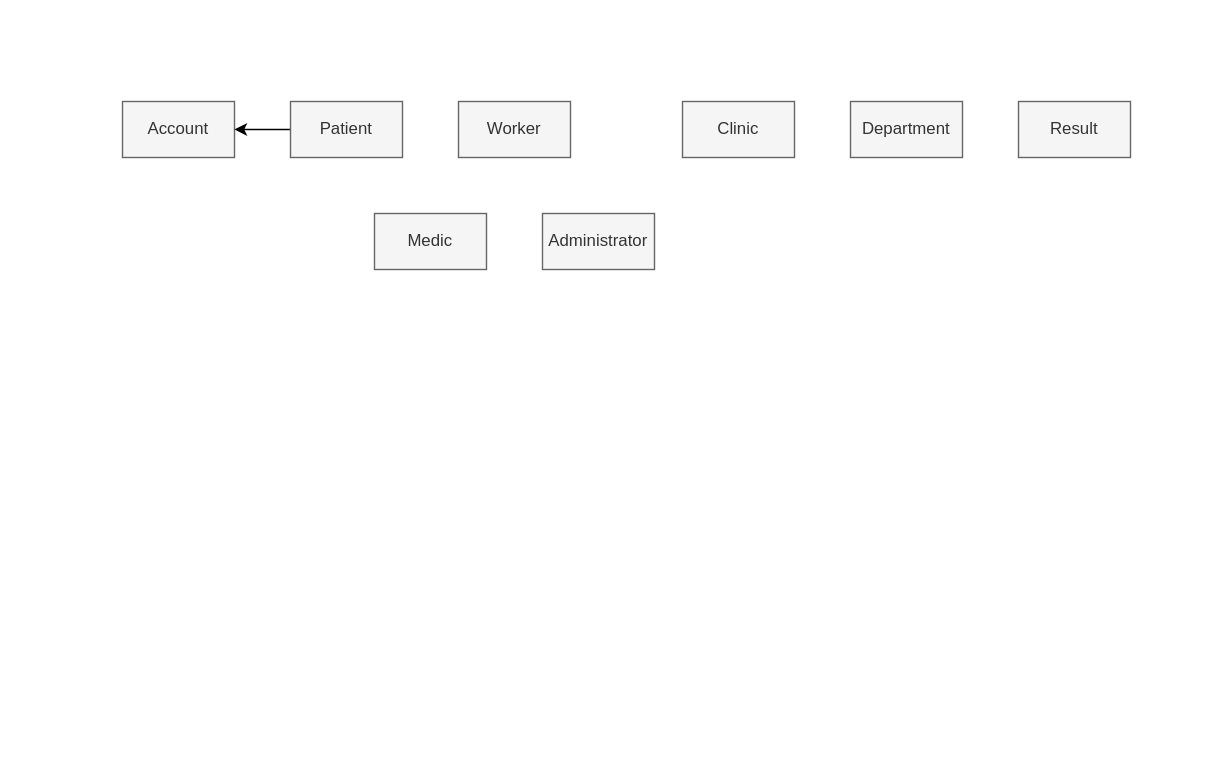
Above: Untitled Diagram.drawio in UniFI-Students/DBIS (draw.io), before the change. Source tidied: cells renumbered, new cells numbered last; positions are measured from the earlier drawing's top-left corner, leaving out a move shared by most shapes. Both pictures are drawn from the tidied source at 140%, with x=0, y=0 at pixel (122, 101).
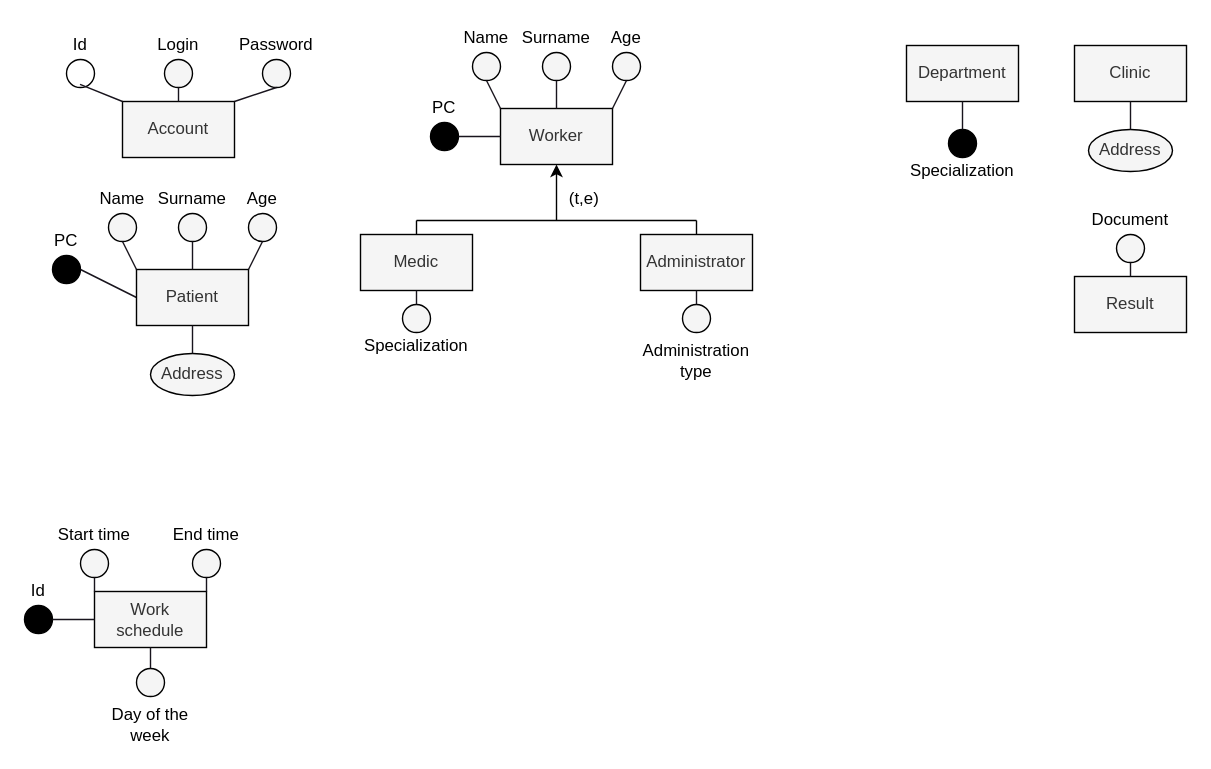
After the change.

Change to the diagram source:
```diff
@@
-<mxGraphModel background="#ffffff">
+<mxGraphModel background="#FFFFFF">
@@
+    <mxCell id="8" value="Clinic" style="whiteSpace=wrap;html=1;align=center;fillColor=#f5f5f5;fontColor=#333333;strokeColor=#000000;" parent="1" vertex="1">
+      <mxGeometry x="680" y="-40" width="80" height="40" as="geometry" />
+    </mxCell>
+    <mxCell id="9" value="Department" style="whiteSpace=wrap;html=1;align=center;fillColor=#f5f5f5;fontColor=#333333;strokeColor=#000000;" parent="1" vertex="1">
+      <mxGeometry x="560" y="-40" width="80" height="40" as="geometry" />
+    </mxCell>
+    <mxCell id="10" value="Result" style="whiteSpace=wrap;html=1;align=center;fillColor=#f5f5f5;fontColor=#333333;strokeColor=#000000;" parent="1" vertex="1">
+      <mxGeometry x="680" y="125" width="80" height="40" as="geometry" />
+    </mxCell>
+    <mxCell id="11" style="group;" parent="1" vertex="1">
+      <mxGeometry x="-40" y="-50" width="160" height="90" as="geometry" />
+    </mxCell>
-    <mxCell id="2" value="Account" style="whiteSpace=wrap;html=1;align=center;fillColor=#f5f5f5;fontColor=#333333;strokeColor=#666666;" parent="1" vertex="1">
-      <mxGeometry width="80" height="40" as="geometry" />
+    <mxCell id="2" value="Account" style="whiteSpace=wrap;html=1;align=center;fillColor=#f5f5f5;fontColor=#333333;strokeColor=#000000;" parent="11" vertex="1">
+      <mxGeometry x="40" y="50" width="80" height="40" as="geometry" />
     </mxCell>
-    <mxCell id="3" style="edgeStyle=orthogonalEdgeStyle;rounded=0;jettySize=auto;html=1;" parent="1" edge="1" source="4" target="2">
-      <mxGeometry relative="1" as="geometry" />
-    </mxCell>
-    <mxCell id="4" value="Patient" style="whiteSpace=wrap;html=1;align=center;fillColor=#f5f5f5;fontColor=#333333;strokeColor=#666666;" parent="1" vertex="1">
-      <mxGeometry x="120" width="80" height="40" as="geometry" />
-    </mxCell>
+    <mxCell id="12" style="ellipse;whiteSpace=wrap;html=1;" parent="11" vertex="1">
+      <mxGeometry y="20" width="20" height="20" as="geometry" />
+    </mxCell>
+    <mxCell id="13" style="ellipse;whiteSpace=wrap;html=1;fillColor=#f5f5f5;fontColor=#333333;strokeColor=#000000;" parent="11" vertex="1">
+      <mxGeometry x="70" y="20" width="20" height="20" as="geometry" />
+    </mxCell>
+    <mxCell id="14" style="ellipse;whiteSpace=wrap;html=1;fillColor=#f5f5f5;fontColor=#333333;strokeColor=#000000;" parent="11" vertex="1">
+      <mxGeometry x="140" y="20" width="20" height="20" as="geometry" />
+    </mxCell>
+    <mxCell id="15" style="endArrow=none;html=1;rounded=0;entryX=0.483;entryY=0.889;entryDx=0;entryDy=0;strokeColor=#18141d;exitX=0;exitY=0;exitDx=0;exitDy=0;entryPerimeter=0;" parent="11" edge="1" source="2" target="12">
+      <mxGeometry relative="1" as="geometry" />
+    </mxCell>
+    <mxCell id="16" style="endArrow=none;html=1;rounded=0;entryX=0.5;entryY=1;entryDx=0;entryDy=0;exitX=0.5;exitY=0;exitDx=0;exitDy=0;strokeColor=#18141d;" parent="11" edge="1" source="2" target="13">
+      <mxGeometry relative="1" as="geometry" />
+    </mxCell>
+    <mxCell id="17" style="endArrow=none;html=1;rounded=0;entryX=0.5;entryY=1;entryDx=0;entryDy=0;exitX=1;exitY=0;exitDx=0;exitDy=0;strokeColor=#18141d;" parent="11" edge="1" source="2" target="14">
+      <mxGeometry relative="1" as="geometry" />
+    </mxCell>
+    <mxCell id="18" value="Id" style="text;html=1;align=center;verticalAlign=middle;whiteSpace=wrap;rounded=0;fontColor=#000000;" parent="11" vertex="1">
+      <mxGeometry width="20" height="20" as="geometry" />
+    </mxCell>
+    <mxCell id="19" value="Login" style="text;html=1;align=center;verticalAlign=middle;whiteSpace=wrap;rounded=0;fontColor=#000000;" parent="11" vertex="1">
+      <mxGeometry x="70" width="20" height="20" as="geometry" />
+    </mxCell>
+    <mxCell id="20" value="Password" style="text;html=1;align=center;verticalAlign=middle;whiteSpace=wrap;rounded=0;fontColor=#000000;" parent="11" vertex="1">
+      <mxGeometry x="140" width="20" height="20" as="geometry" />
+    </mxCell>
-    <mxCell id="5" value="Worker" style="whiteSpace=wrap;html=1;align=center;fillColor=#f5f5f5;fontColor=#333333;strokeColor=#666666;" parent="1" vertex="1">
-      <mxGeometry x="240" width="80" height="40" as="geometry" />
+    <mxCell id="5" value="Worker" style="whiteSpace=wrap;html=1;align=center;fillColor=#f5f5f5;fontColor=#333333;strokeColor=#000000;" parent="1" vertex="1">
+      <mxGeometry x="270" y="5" width="80" height="40" as="geometry" />
     </mxCell>
-    <mxCell id="6" value="Medic" style="whiteSpace=wrap;html=1;align=center;fillColor=#f5f5f5;fontColor=#333333;strokeColor=#666666;" parent="1" vertex="1">
-      <mxGeometry x="180" y="80" width="80" height="40" as="geometry" />
+    <mxCell id="6" value="Medic" style="whiteSpace=wrap;html=1;align=center;fillColor=#f5f5f5;fontColor=#333333;strokeColor=#000000;" parent="1" vertex="1">
+      <mxGeometry x="170" y="95" width="80" height="40" as="geometry" />
     </mxCell>
-    <mxCell id="7" value="Administrator" style="whiteSpace=wrap;html=1;align=center;fillColor=#f5f5f5;fontColor=#333333;strokeColor=#666666;" parent="1" vertex="1">
-      <mxGeometry x="300" y="80" width="80" height="40" as="geometry" />
+    <mxCell id="7" value="Administrator" style="whiteSpace=wrap;html=1;align=center;fillColor=#f5f5f5;fontColor=#333333;strokeColor=#000000;" parent="1" vertex="1">
+      <mxGeometry x="370" y="95" width="80" height="40" as="geometry" />
     </mxCell>
-    <mxCell id="8" value="Clinic" style="whiteSpace=wrap;html=1;align=center;fillColor=#f5f5f5;fontColor=#333333;strokeColor=#666666;" parent="1" vertex="1">
-      <mxGeometry x="400" width="80" height="40" as="geometry" />
-    </mxCell>
-    <mxCell id="9" value="Department" style="whiteSpace=wrap;html=1;align=center;fillColor=#f5f5f5;fontColor=#333333;strokeColor=#666666;" parent="1" vertex="1">
-      <mxGeometry x="520" width="80" height="40" as="geometry" />
-    </mxCell>
-    <mxCell id="10" value="Result" style="whiteSpace=wrap;html=1;align=center;fillColor=#f5f5f5;fontColor=#333333;strokeColor=#666666;" parent="1" vertex="1">
-      <mxGeometry x="640" width="80" height="40" as="geometry" />
-    </mxCell>
+    <mxCell id="21" style="ellipse;whiteSpace=wrap;html=1;fillColor=#f5f5f5;fontColor=#333333;strokeColor=#000000;" parent="1" vertex="1">
+      <mxGeometry x="250" y="-35" width="20" height="20" as="geometry" />
+    </mxCell>
+    <mxCell id="22" value="Name" style="text;html=1;align=center;verticalAlign=middle;whiteSpace=wrap;rounded=0;fontColor=#000000;" parent="1" vertex="1">
+      <mxGeometry x="250" y="-55" width="20" height="20" as="geometry" />
+    </mxCell>
+    <mxCell id="23" style="ellipse;whiteSpace=wrap;html=1;fillColor=#f5f5f5;fontColor=#333333;strokeColor=#000000;" parent="1" vertex="1">
+      <mxGeometry x="300" y="-35" width="20" height="20" as="geometry" />
+    </mxCell>
+    <mxCell id="24" value="Surname" style="text;html=1;align=center;verticalAlign=middle;whiteSpace=wrap;rounded=0;fontColor=#000000;" parent="1" vertex="1">
+      <mxGeometry x="300" y="-55" width="20" height="20" as="geometry" />
+    </mxCell>
+    <mxCell id="25" style="ellipse;whiteSpace=wrap;html=1;fillColor=#f5f5f5;fontColor=#333333;strokeColor=#000000;" parent="1" vertex="1">
+      <mxGeometry x="350" y="-35" width="20" height="20" as="geometry" />
+    </mxCell>
+    <mxCell id="26" value="Age" style="text;html=1;align=center;verticalAlign=middle;whiteSpace=wrap;rounded=0;fontColor=#000000;" parent="1" vertex="1">
+      <mxGeometry x="350" y="-55" width="20" height="20" as="geometry" />
+    </mxCell>
+    <mxCell id="27" style="ellipse;whiteSpace=wrap;html=1;fillColor=#000000;fontColor=#333333;strokeColor=#000000;" parent="1" vertex="1">
+      <mxGeometry x="220" y="15" width="20" height="20" as="geometry" />
+    </mxCell>
+    <mxCell id="28" value="PC" style="text;html=1;align=center;verticalAlign=middle;whiteSpace=wrap;rounded=0;fontColor=#000000;" parent="1" vertex="1">
+      <mxGeometry x="220" y="-5" width="20" height="20" as="geometry" />
+    </mxCell>
+    <mxCell id="29" style="endArrow=none;html=1;rounded=0;exitX=0.5;exitY=1;exitDx=0;exitDy=0;strokeColor=#18141d;entryX=0.5;entryY=0;entryDx=0;entryDy=0;" parent="1" edge="1" source="23" target="5">
+      <mxGeometry relative="1" as="geometry" />
+    </mxCell>
+    <mxCell id="30" style="endArrow=none;html=1;rounded=0;exitX=0.5;exitY=1;exitDx=0;exitDy=0;strokeColor=#18141d;entryX=1;entryY=0;entryDx=0;entryDy=0;" parent="1" edge="1" source="25" target="5">
+      <mxGeometry relative="1" as="geometry" />
+    </mxCell>
+    <mxCell id="31" style="endArrow=none;html=1;rounded=0;exitX=0.5;exitY=1;exitDx=0;exitDy=0;strokeColor=#18141d;entryX=0;entryY=0;entryDx=0;entryDy=0;" parent="1" edge="1" source="21" target="5">
+      <mxGeometry relative="1" as="geometry" />
+    </mxCell>
+    <mxCell id="32" style="endArrow=none;html=1;rounded=0;exitX=1;exitY=0.5;exitDx=0;exitDy=0;strokeColor=#18141d;entryX=0;entryY=0.5;entryDx=0;entryDy=0;" parent="1" edge="1" source="27" target="5">
+      <mxGeometry relative="1" as="geometry" />
+    </mxCell>
+    <mxCell id="33" value="(t,e)" style="text;html=1;strokeColor=none;fillColor=none;align=center;verticalAlign=middle;whiteSpace=wrap;rounded=0;fontColor=#000000;" parent="1" vertex="1">
+      <mxGeometry x="320" y="65" width="20" height="10" as="geometry" />
+    </mxCell>
+    <mxCell id="34" style="ellipse;whiteSpace=wrap;html=1;fillColor=#f5f5f5;fontColor=#333333;strokeColor=#000000;" parent="1" vertex="1">
+      <mxGeometry x="200" y="145" width="20" height="20" as="geometry" />
+    </mxCell>
+    <mxCell id="35" value="Specialization" style="text;html=1;align=center;verticalAlign=middle;whiteSpace=wrap;rounded=0;fontColor=#000000;" parent="1" vertex="1">
+      <mxGeometry x="200" y="165" width="20" height="20" as="geometry" />
+    </mxCell>
+    <mxCell id="36" style="endArrow=none;html=1;rounded=0;exitX=0.5;exitY=0;exitDx=0;exitDy=0;strokeColor=#18141d;entryX=0.5;entryY=1;entryDx=0;entryDy=0;" parent="1" edge="1" source="34" target="6">
+      <mxGeometry relative="1" as="geometry" />
+    </mxCell>
+    <mxCell id="37" style="ellipse;whiteSpace=wrap;html=1;fillColor=#f5f5f5;fontColor=#333333;strokeColor=#000000;" parent="1" vertex="1">
+      <mxGeometry x="400" y="145" width="20" height="20" as="geometry" />
+    </mxCell>
+    <mxCell id="38" value="Administration type" style="text;html=1;align=center;verticalAlign=middle;whiteSpace=wrap;rounded=0;fontColor=#000000;" parent="1" vertex="1">
+      <mxGeometry x="370" y="175" width="80" height="20" as="geometry" />
+    </mxCell>
+    <mxCell id="39" style="endArrow=none;html=1;rounded=0;exitX=0.5;exitY=0;exitDx=0;exitDy=0;strokeColor=#18141d;entryX=0.5;entryY=1;entryDx=0;entryDy=0;" parent="1" edge="1" source="37" target="7">
+      <mxGeometry relative="1" as="geometry" />
+    </mxCell>
+    <mxCell id="40" style="ellipse;whiteSpace=wrap;html=1;fillColor=#000000;fontColor=#333333;strokeColor=#000000;" parent="1" vertex="1">
+      <mxGeometry x="-50" y="110" width="20" height="20" as="geometry" />
+    </mxCell>
+    <mxCell id="41" value="PC" style="text;html=1;align=center;verticalAlign=middle;whiteSpace=wrap;rounded=0;fontColor=#000000;" parent="1" vertex="1">
+      <mxGeometry x="-50" y="90" width="20" height="20" as="geometry" />
+    </mxCell>
+    <mxCell id="42" style="endArrow=none;html=1;rounded=0;entryX=1;entryY=0.5;entryDx=0;entryDy=0;strokeColor=#18141d;exitX=0;exitY=0.5;exitDx=0;exitDy=0;" parent="1" edge="1" source="4" target="40">
+      <mxGeometry relative="1" as="geometry" />
+    </mxCell>
+    <mxCell id="4" value="Patient" style="whiteSpace=wrap;html=1;align=center;fillColor=#f5f5f5;fontColor=#333333;strokeColor=#000000;" parent="1" vertex="1">
+      <mxGeometry x="10" y="120" width="80" height="40" as="geometry" />
+    </mxCell>
+    <mxCell id="43" style="ellipse;whiteSpace=wrap;html=1;fillColor=#f5f5f5;fontColor=#333333;strokeColor=#000000;" parent="1" vertex="1">
+      <mxGeometry x="-10" y="80" width="20" height="20" as="geometry" />
+    </mxCell>
+    <mxCell id="44" value="Name" style="text;html=1;align=center;verticalAlign=middle;whiteSpace=wrap;rounded=0;fontColor=#000000;" parent="1" vertex="1">
+      <mxGeometry x="-10" y="60" width="20" height="20" as="geometry" />
+    </mxCell>
+    <mxCell id="45" style="ellipse;whiteSpace=wrap;html=1;fillColor=#f5f5f5;fontColor=#333333;strokeColor=#000000;" parent="1" vertex="1">
+      <mxGeometry x="40" y="80" width="20" height="20" as="geometry" />
+    </mxCell>
+    <mxCell id="46" value="Surname" style="text;html=1;align=center;verticalAlign=middle;whiteSpace=wrap;rounded=0;fontColor=#000000;" parent="1" vertex="1">
+      <mxGeometry x="40" y="60" width="20" height="20" as="geometry" />
+    </mxCell>
+    <mxCell id="47" value="Address" style="ellipse;whiteSpace=wrap;html=1;align=center;fillColor=#f5f5f5;fontColor=#333333;strokeColor=#000000;" parent="1" vertex="1">
+      <mxGeometry x="20" y="180" width="60" height="30" as="geometry" />
+    </mxCell>
+    <mxCell id="48" style="endArrow=none;html=1;rounded=0;entryX=0.5;entryY=1;entryDx=0;entryDy=0;exitX=0.5;exitY=0;exitDx=0;exitDy=0;strokeColor=#18141d;" parent="1" edge="1" source="4" target="45">
+      <mxGeometry relative="1" as="geometry" />
+    </mxCell>
+    <mxCell id="49" style="endArrow=none;html=1;rounded=0;entryX=0.5;entryY=1;entryDx=0;entryDy=0;exitX=0;exitY=0;exitDx=0;exitDy=0;strokeColor=#18141d;" parent="1" edge="1" source="4" target="43">
+      <mxGeometry relative="1" as="geometry" />
+    </mxCell>
+    <mxCell id="50" style="endArrow=none;html=1;rounded=0;entryX=0.5;entryY=0;entryDx=0;entryDy=0;exitX=0.5;exitY=1;exitDx=0;exitDy=0;strokeColor=#18141d;" parent="1" edge="1" source="4" target="47">
+      <mxGeometry relative="1" as="geometry" />
+    </mxCell>
+    <mxCell id="51" style="ellipse;whiteSpace=wrap;html=1;fillColor=#f5f5f5;fontColor=#333333;strokeColor=#000000;" parent="1" vertex="1">
+      <mxGeometry x="90" y="80" width="20" height="20" as="geometry" />
+    </mxCell>
+    <mxCell id="52" value="Age" style="text;html=1;align=center;verticalAlign=middle;whiteSpace=wrap;rounded=0;fontColor=#000000;" parent="1" vertex="1">
+      <mxGeometry x="90" y="60" width="20" height="20" as="geometry" />
+    </mxCell>
+    <mxCell id="53" style="endArrow=none;html=1;rounded=0;entryX=0.5;entryY=1;entryDx=0;entryDy=0;strokeColor=#18141d;exitX=1;exitY=0;exitDx=0;exitDy=0;" parent="1" edge="1" source="4" target="51">
+      <mxGeometry relative="1" as="geometry" />
+    </mxCell>
+    <mxCell id="54" style="endArrow=classic;html=1;rounded=0;strokeColor=#000000;entryX=0.5;entryY=1;entryDx=0;entryDy=0;" parent="1" edge="1" target="5">
+      <mxGeometry relative="1" as="geometry">
+        <mxPoint x="310" y="85" as="sourcePoint" />
+      </mxGeometry>
+    </mxCell>
+    <mxCell id="55" style="endArrow=none;html=1;rounded=0;strokeColor=#000000;" parent="1" edge="1">
+      <mxGeometry relative="1" as="geometry">
+        <mxPoint x="210" y="85" as="sourcePoint" />
+        <mxPoint x="410" y="85" as="targetPoint" />
+      </mxGeometry>
+    </mxCell>
+    <mxCell id="56" style="endArrow=none;html=1;rounded=0;strokeColor=#000000;exitX=0.5;exitY=0;exitDx=0;exitDy=0;" parent="1" edge="1" source="6">
+      <mxGeometry relative="1" as="geometry">
+        <mxPoint x="210" y="85" as="targetPoint" />
+      </mxGeometry>
+    </mxCell>
+    <mxCell id="57" style="endArrow=none;html=1;rounded=0;strokeColor=#000000;exitX=0.5;exitY=0;exitDx=0;exitDy=0;" parent="1" edge="1" source="7">
+      <mxGeometry relative="1" as="geometry">
+        <mxPoint x="410" y="85" as="targetPoint" />
+      </mxGeometry>
+    </mxCell>
+    <mxCell id="58" value="Work schedule" style="whiteSpace=wrap;html=1;align=center;fillColor=#f5f5f5;fontColor=#333333;strokeColor=#000000;" parent="1" vertex="1">
+      <mxGeometry x="-20" y="350" width="80" height="40" as="geometry" />
+    </mxCell>
+    <mxCell id="59" style="ellipse;whiteSpace=wrap;html=1;fillColor=#f5f5f5;fontColor=#333333;strokeColor=#000000;" parent="1" vertex="1">
+      <mxGeometry x="10" y="405" width="20" height="20" as="geometry" />
+    </mxCell>
+    <mxCell id="60" value="Day of the week" style="text;html=1;align=center;verticalAlign=middle;whiteSpace=wrap;rounded=0;fontColor=#000000;" parent="1" vertex="1">
+      <mxGeometry x="-20" y="435" width="80" height="20" as="geometry" />
+    </mxCell>
+    <mxCell id="61" style="endArrow=none;html=1;rounded=0;exitX=0.5;exitY=0;exitDx=0;exitDy=0;strokeColor=#18141d;entryX=0.5;entryY=1;entryDx=0;entryDy=0;" parent="1" edge="1" source="59" target="58">
+      <mxGeometry relative="1" as="geometry" />
+    </mxCell>
+    <mxCell id="62" style="ellipse;whiteSpace=wrap;html=1;fillColor=#f5f5f5;fontColor=#333333;strokeColor=#000000;" parent="1" vertex="1">
+      <mxGeometry x="-30" y="320" width="20" height="20" as="geometry" />
+    </mxCell>
+    <mxCell id="63" value="Start time" style="text;html=1;align=center;verticalAlign=middle;whiteSpace=wrap;rounded=0;fontColor=#000000;" parent="1" vertex="1">
+      <mxGeometry x="-60" y="300" width="80" height="20" as="geometry" />
+    </mxCell>
+    <mxCell id="64" style="endArrow=none;html=1;rounded=0;exitX=0.5;exitY=1;exitDx=0;exitDy=0;strokeColor=#18141d;entryX=0;entryY=0;entryDx=0;entryDy=0;" parent="1" edge="1" source="62" target="58">
+      <mxGeometry relative="1" as="geometry" />
+    </mxCell>
+    <mxCell id="65" style="ellipse;whiteSpace=wrap;html=1;fillColor=#f5f5f5;fontColor=#333333;strokeColor=#000000;" parent="1" vertex="1">
+      <mxGeometry x="50" y="320" width="20" height="20" as="geometry" />
+    </mxCell>
+    <mxCell id="66" value="End time" style="text;html=1;align=center;verticalAlign=middle;whiteSpace=wrap;rounded=0;fontColor=#000000;" parent="1" vertex="1">
+      <mxGeometry x="20" y="300" width="80" height="20" as="geometry" />
+    </mxCell>
+    <mxCell id="67" style="endArrow=none;html=1;rounded=0;exitX=0.5;exitY=1;exitDx=0;exitDy=0;strokeColor=#18141d;entryX=1;entryY=0;entryDx=0;entryDy=0;" parent="1" edge="1" source="65" target="58">
+      <mxGeometry relative="1" as="geometry" />
+    </mxCell>
+    <mxCell id="68" style="ellipse;whiteSpace=wrap;html=1;fillColor=#000000;fontColor=#333333;strokeColor=#000000;" parent="1" vertex="1">
+      <mxGeometry x="-70" y="360" width="20" height="20" as="geometry" />
+    </mxCell>
+    <mxCell id="69" value="Id" style="text;html=1;align=center;verticalAlign=middle;whiteSpace=wrap;rounded=0;fontColor=#000000;" parent="1" vertex="1">
+      <mxGeometry x="-70" y="340" width="20" height="20" as="geometry" />
+    </mxCell>
+    <mxCell id="70" style="endArrow=none;html=1;rounded=0;exitX=1;exitY=0.5;exitDx=0;exitDy=0;strokeColor=#18141d;entryX=0;entryY=0.5;entryDx=0;entryDy=0;" parent="1" edge="1" source="68" target="58">
+      <mxGeometry relative="1" as="geometry" />
+    </mxCell>
+    <mxCell id="71" value="Address" style="ellipse;whiteSpace=wrap;html=1;align=center;fillColor=#f5f5f5;fontColor=#333333;strokeColor=#000000;" parent="1" vertex="1">
+      <mxGeometry x="690" y="20" width="60" height="30" as="geometry" />
+    </mxCell>
+    <mxCell id="72" style="endArrow=none;html=1;rounded=0;entryX=0.5;entryY=0;entryDx=0;entryDy=0;exitX=0.5;exitY=1;exitDx=0;exitDy=0;strokeColor=#18141d;" parent="1" edge="1" source="8" target="71">
+      <mxGeometry relative="1" as="geometry" />
+    </mxCell>
+    <mxCell id="73" value="Specialization" style="text;html=1;align=center;verticalAlign=middle;whiteSpace=wrap;rounded=0;fontColor=#000000;" parent="1" vertex="1">
+      <mxGeometry x="590" y="40" width="20" height="20" as="geometry" />
+    </mxCell>
+    <mxCell id="74" style="ellipse;whiteSpace=wrap;html=1;fillColor=#000000;fontColor=#333333;strokeColor=#000000;" parent="1" vertex="1">
+      <mxGeometry x="590" y="20" width="20" height="20" as="geometry" />
+    </mxCell>
+    <mxCell id="75" style="endArrow=none;html=1;rounded=0;exitX=0.5;exitY=0;exitDx=0;exitDy=0;strokeColor=#18141d;entryX=0.5;entryY=1;entryDx=0;entryDy=0;" parent="1" edge="1" source="74" target="9">
+      <mxGeometry relative="1" as="geometry" />
+    </mxCell>
+    <mxCell id="76" style="ellipse;whiteSpace=wrap;html=1;fillColor=#f5f5f5;fontColor=#333333;strokeColor=#000000;" parent="1" vertex="1">
+      <mxGeometry x="710" y="95" width="20" height="20" as="geometry" />
+    </mxCell>
+    <mxCell id="77" value="Document" style="text;html=1;align=center;verticalAlign=middle;whiteSpace=wrap;rounded=0;fontColor=#000000;" parent="1" vertex="1">
+      <mxGeometry x="710" y="75" width="20" height="20" as="geometry" />
+    </mxCell>
+    <mxCell id="78" style="endArrow=none;html=1;rounded=0;strokeColor=#18141d;entryX=0.5;entryY=0;entryDx=0;entryDy=0;exitX=0.5;exitY=1;exitDx=0;exitDy=0;" parent="1" edge="1" source="76" target="10">
+      <mxGeometry relative="1" as="geometry" />
+    </mxCell>
```
